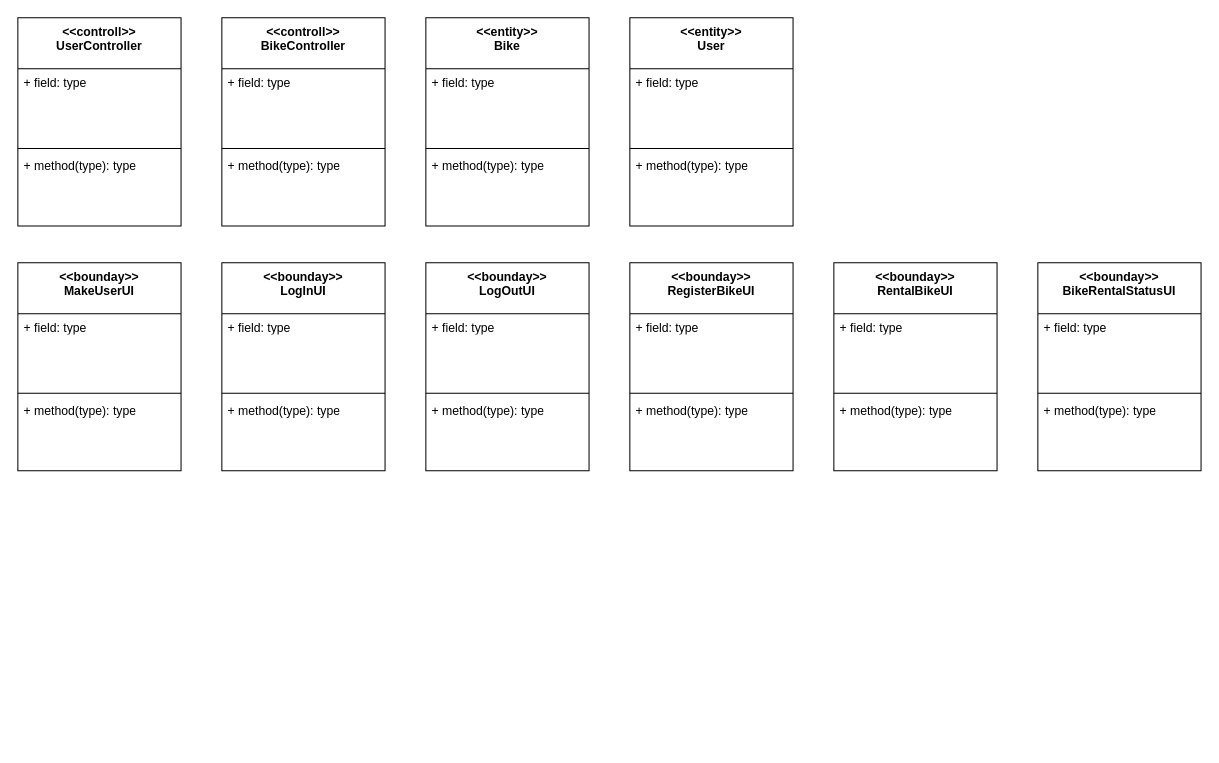
This is Analysis_Class_Diagram.drawio from brian70304/SE_Project2, a draw.io file, before an edit. Source tidied: cells renumbered, new cells numbered last; positions are measured from the earlier drawing's top-left corner, leaving out a move shared by most shapes. Both pictures are drawn from the tidied source at 102%, with x=0, y=0 at pixel (17, 17).
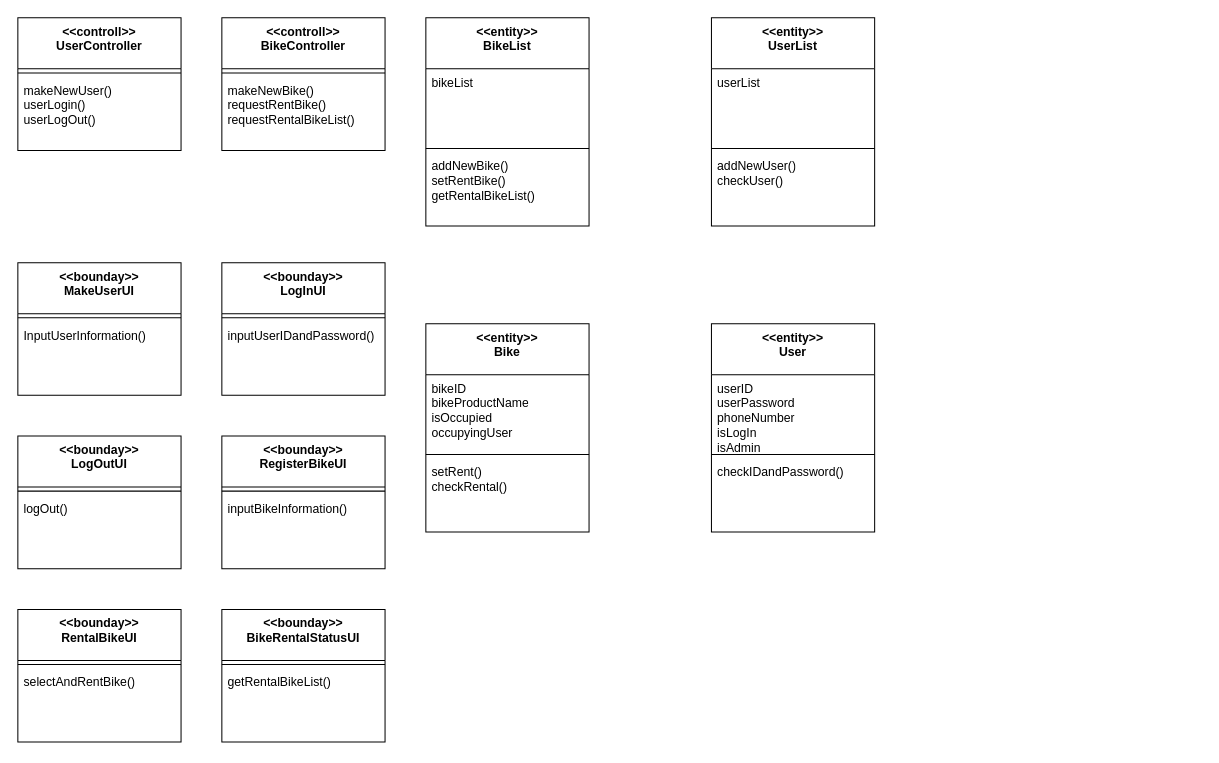
Above is the later version.

The edit, as a diff of the source:
```diff
@@
     <mxCell id="2" value="&amp;lt;&amp;lt;controll&amp;gt;&amp;gt;&lt;div&gt;&lt;div&gt;&lt;div&gt;UserController&lt;/div&gt;&lt;/div&gt;&lt;/div&gt;" style="swimlane;fontStyle=1;align=center;verticalAlign=top;horizontal=1;startSize=50;whiteSpace=wrap;html=1;" parent="1" vertex="1">
-      <mxGeometry width="160" height="204" as="geometry" />
+      <mxGeometry width="160" height="130" as="geometry" />
     </mxCell>
-    <mxCell id="3" value="+ field: type" style="text;strokeColor=none;fillColor=none;align=left;verticalAlign=top;spacingLeft=4;spacingRight=4;overflow=hidden;whiteSpace=wrap;html=1;" parent="2" vertex="1">
-      <mxGeometry y="50" width="160" height="74" as="geometry" />
-    </mxCell>
     <mxCell id="4" style="line;strokeWidth=1;fillColor=none;align=left;verticalAlign=middle;spacingTop=-1;spacingLeft=3;spacingRight=3;labelPosition=right;strokeColor=inherit;" parent="2" vertex="1">
-      <mxGeometry y="124" width="160" height="8" as="geometry" />
+      <mxGeometry y="50" width="160" height="8" as="geometry" />
     </mxCell>
-    <mxCell id="5" value="+ method(type): type" style="text;strokeColor=none;fillColor=none;align=left;verticalAlign=top;spacingLeft=4;spacingRight=4;overflow=hidden;whiteSpace=wrap;html=1;" parent="2" vertex="1">
-      <mxGeometry y="132" width="160" height="72" as="geometry" />
+    <mxCell id="5" value="makeNewUser()&lt;div&gt;userLogin()&lt;/div&gt;&lt;div&gt;userLogOut()&lt;/div&gt;" style="text;strokeColor=none;fillColor=none;align=left;verticalAlign=top;spacingLeft=4;spacingRight=4;overflow=hidden;whiteSpace=wrap;html=1;" parent="2" vertex="1">
+      <mxGeometry y="58" width="160" height="72" as="geometry" />
     </mxCell>
     <mxCell id="6" value="&amp;lt;&amp;lt;controll&amp;gt;&amp;gt;&lt;div&gt;&lt;div&gt;&lt;div&gt;BikeController&lt;/div&gt;&lt;/div&gt;&lt;/div&gt;" style="swimlane;fontStyle=1;align=center;verticalAlign=top;horizontal=1;startSize=50;whiteSpace=wrap;html=1;" parent="1" vertex="1">
-      <mxGeometry x="200" width="160" height="204" as="geometry" />
+      <mxGeometry x="200" width="160" height="130" as="geometry" />
     </mxCell>
-    <mxCell id="7" value="+ field: type" style="text;strokeColor=none;fillColor=none;align=left;verticalAlign=top;spacingLeft=4;spacingRight=4;overflow=hidden;whiteSpace=wrap;html=1;" parent="6" vertex="1">
-      <mxGeometry y="50" width="160" height="74" as="geometry" />
-    </mxCell>
     <mxCell id="8" style="line;strokeWidth=1;fillColor=none;align=left;verticalAlign=middle;spacingTop=-1;spacingLeft=3;spacingRight=3;labelPosition=right;strokeColor=inherit;" parent="6" vertex="1">
-      <mxGeometry y="124" width="160" height="8" as="geometry" />
+      <mxGeometry y="50" width="160" height="8" as="geometry" />
     </mxCell>
-    <mxCell id="9" value="+ method(type): type" style="text;strokeColor=none;fillColor=none;align=left;verticalAlign=top;spacingLeft=4;spacingRight=4;overflow=hidden;whiteSpace=wrap;html=1;" parent="6" vertex="1">
-      <mxGeometry y="132" width="160" height="72" as="geometry" />
+    <mxCell id="9" value="makeNewBike()&lt;div&gt;requestRentBike()&lt;/div&gt;&lt;div&gt;requestRentalBikeList()&lt;/div&gt;" style="text;strokeColor=none;fillColor=none;align=left;verticalAlign=top;spacingLeft=4;spacingRight=4;overflow=hidden;whiteSpace=wrap;html=1;" parent="6" vertex="1">
+      <mxGeometry y="58" width="160" height="72" as="geometry" />
     </mxCell>
     <mxCell id="10" value="&amp;lt;&amp;lt;bounday&amp;gt;&amp;gt;&lt;div&gt;&lt;div&gt;&lt;div&gt;MakeUserUI&lt;/div&gt;&lt;/div&gt;&lt;/div&gt;" style="swimlane;fontStyle=1;align=center;verticalAlign=top;horizontal=1;startSize=50;whiteSpace=wrap;html=1;" parent="1" vertex="1">
-      <mxGeometry y="240" width="160" height="204" as="geometry" />
+      <mxGeometry y="240" width="160" height="130" as="geometry" />
     </mxCell>
-    <mxCell id="11" value="+ field: type" style="text;strokeColor=none;fillColor=none;align=left;verticalAlign=top;spacingLeft=4;spacingRight=4;overflow=hidden;whiteSpace=wrap;html=1;" parent="10" vertex="1">
-      <mxGeometry y="50" width="160" height="74" as="geometry" />
-    </mxCell>
     <mxCell id="12" style="line;strokeWidth=1;fillColor=none;align=left;verticalAlign=middle;spacingTop=-1;spacingLeft=3;spacingRight=3;labelPosition=right;strokeColor=inherit;" parent="10" vertex="1">
-      <mxGeometry y="124" width="160" height="8" as="geometry" />
+      <mxGeometry y="50" width="160" height="8" as="geometry" />
     </mxCell>
-    <mxCell id="13" value="+ method(type): type" style="text;strokeColor=none;fillColor=none;align=left;verticalAlign=top;spacingLeft=4;spacingRight=4;overflow=hidden;whiteSpace=wrap;html=1;" parent="10" vertex="1">
-      <mxGeometry y="132" width="160" height="72" as="geometry" />
+    <mxCell id="13" value="InputUserInformation()" style="text;strokeColor=none;fillColor=none;align=left;verticalAlign=top;spacingLeft=4;spacingRight=4;overflow=hidden;whiteSpace=wrap;html=1;" parent="10" vertex="1">
+      <mxGeometry y="58" width="160" height="72" as="geometry" />
     </mxCell>
     <mxCell id="14" value="&amp;lt;&amp;lt;bounday&amp;gt;&amp;gt;&lt;div&gt;&lt;div&gt;&lt;div&gt;LogInUI&lt;/div&gt;&lt;/div&gt;&lt;/div&gt;" style="swimlane;fontStyle=1;align=center;verticalAlign=top;horizontal=1;startSize=50;whiteSpace=wrap;html=1;" parent="1" vertex="1">
-      <mxGeometry x="200" y="240" width="160" height="204" as="geometry" />
+      <mxGeometry x="200" y="240" width="160" height="130" as="geometry" />
     </mxCell>
-    <mxCell id="15" value="+ field: type" style="text;strokeColor=none;fillColor=none;align=left;verticalAlign=top;spacingLeft=4;spacingRight=4;overflow=hidden;whiteSpace=wrap;html=1;" parent="14" vertex="1">
-      <mxGeometry y="50" width="160" height="74" as="geometry" />
-    </mxCell>
     <mxCell id="16" style="line;strokeWidth=1;fillColor=none;align=left;verticalAlign=middle;spacingTop=-1;spacingLeft=3;spacingRight=3;labelPosition=right;strokeColor=inherit;" parent="14" vertex="1">
-      <mxGeometry y="124" width="160" height="8" as="geometry" />
+      <mxGeometry y="50" width="160" height="8" as="geometry" />
     </mxCell>
-    <mxCell id="17" value="+ method(type): type" style="text;strokeColor=none;fillColor=none;align=left;verticalAlign=top;spacingLeft=4;spacingRight=4;overflow=hidden;whiteSpace=wrap;html=1;" parent="14" vertex="1">
-      <mxGeometry y="132" width="160" height="72" as="geometry" />
+    <mxCell id="17" value="inputUserIDandPassword()" style="text;strokeColor=none;fillColor=none;align=left;verticalAlign=top;spacingLeft=4;spacingRight=4;overflow=hidden;whiteSpace=wrap;html=1;" parent="14" vertex="1">
+      <mxGeometry y="58" width="160" height="72" as="geometry" />
     </mxCell>
     <mxCell id="18" value="&amp;lt;&amp;lt;bounday&amp;gt;&amp;gt;&lt;div&gt;&lt;div&gt;&lt;div&gt;BikeRentalStatusUI&lt;/div&gt;&lt;/div&gt;&lt;/div&gt;" style="swimlane;fontStyle=1;align=center;verticalAlign=top;horizontal=1;startSize=50;whiteSpace=wrap;html=1;" parent="1" vertex="1">
-      <mxGeometry x="1000" y="240" width="160" height="204" as="geometry" />
+      <mxGeometry x="200" y="580" width="160" height="130" as="geometry" />
     </mxCell>
-    <mxCell id="19" value="+ field: type" style="text;strokeColor=none;fillColor=none;align=left;verticalAlign=top;spacingLeft=4;spacingRight=4;overflow=hidden;whiteSpace=wrap;html=1;" parent="18" vertex="1">
-      <mxGeometry y="50" width="160" height="74" as="geometry" />
-    </mxCell>
     <mxCell id="20" style="line;strokeWidth=1;fillColor=none;align=left;verticalAlign=middle;spacingTop=-1;spacingLeft=3;spacingRight=3;labelPosition=right;strokeColor=inherit;" parent="18" vertex="1">
-      <mxGeometry y="124" width="160" height="8" as="geometry" />
+      <mxGeometry y="50" width="160" height="8" as="geometry" />
     </mxCell>
-    <mxCell id="21" value="+ method(type): type" style="text;strokeColor=none;fillColor=none;align=left;verticalAlign=top;spacingLeft=4;spacingRight=4;overflow=hidden;whiteSpace=wrap;html=1;" parent="18" vertex="1">
-      <mxGeometry y="132" width="160" height="72" as="geometry" />
+    <mxCell id="21" value="getRentalBikeList()" style="text;strokeColor=none;fillColor=none;align=left;verticalAlign=top;spacingLeft=4;spacingRight=4;overflow=hidden;whiteSpace=wrap;html=1;" parent="18" vertex="1">
+      <mxGeometry y="58" width="160" height="72" as="geometry" />
     </mxCell>
     <mxCell id="22" value="&amp;lt;&amp;lt;bounday&amp;gt;&amp;gt;&lt;div&gt;LogOutUI&lt;/div&gt;" style="swimlane;fontStyle=1;align=center;verticalAlign=top;horizontal=1;startSize=50;whiteSpace=wrap;html=1;" parent="1" vertex="1">
-      <mxGeometry x="400" y="240" width="160" height="204" as="geometry" />
+      <mxGeometry y="410" width="160" height="130" as="geometry" />
     </mxCell>
-    <mxCell id="23" value="+ field: type" style="text;strokeColor=none;fillColor=none;align=left;verticalAlign=top;spacingLeft=4;spacingRight=4;overflow=hidden;whiteSpace=wrap;html=1;" parent="22" vertex="1">
-      <mxGeometry y="50" width="160" height="74" as="geometry" />
-    </mxCell>
     <mxCell id="24" style="line;strokeWidth=1;fillColor=none;align=left;verticalAlign=middle;spacingTop=-1;spacingLeft=3;spacingRight=3;labelPosition=right;strokeColor=inherit;" parent="22" vertex="1">
-      <mxGeometry y="124" width="160" height="8" as="geometry" />
+      <mxGeometry y="50" width="160" height="8" as="geometry" />
     </mxCell>
-    <mxCell id="25" value="+ method(type): type" style="text;strokeColor=none;fillColor=none;align=left;verticalAlign=top;spacingLeft=4;spacingRight=4;overflow=hidden;whiteSpace=wrap;html=1;" parent="22" vertex="1">
-      <mxGeometry y="132" width="160" height="72" as="geometry" />
+    <mxCell id="25" value="logOut()" style="text;strokeColor=none;fillColor=none;align=left;verticalAlign=top;spacingLeft=4;spacingRight=4;overflow=hidden;whiteSpace=wrap;html=1;" parent="22" vertex="1">
+      <mxGeometry y="58" width="160" height="72" as="geometry" />
     </mxCell>
     <mxCell id="26" value="&amp;lt;&amp;lt;bounday&amp;gt;&amp;gt;&lt;div&gt;&lt;div&gt;&lt;div&gt;RegisterBikeUI&lt;/div&gt;&lt;/div&gt;&lt;/div&gt;" style="swimlane;fontStyle=1;align=center;verticalAlign=top;horizontal=1;startSize=50;whiteSpace=wrap;html=1;" parent="1" vertex="1">
-      <mxGeometry x="600" y="240" width="160" height="204" as="geometry" />
+      <mxGeometry x="200" y="410" width="160" height="130" as="geometry" />
     </mxCell>
-    <mxCell id="27" value="+ field: type" style="text;strokeColor=none;fillColor=none;align=left;verticalAlign=top;spacingLeft=4;spacingRight=4;overflow=hidden;whiteSpace=wrap;html=1;" parent="26" vertex="1">
-      <mxGeometry y="50" width="160" height="74" as="geometry" />
-    </mxCell>
     <mxCell id="28" style="line;strokeWidth=1;fillColor=none;align=left;verticalAlign=middle;spacingTop=-1;spacingLeft=3;spacingRight=3;labelPosition=right;strokeColor=inherit;" parent="26" vertex="1">
-      <mxGeometry y="124" width="160" height="8" as="geometry" />
+      <mxGeometry y="50" width="160" height="8" as="geometry" />
     </mxCell>
-    <mxCell id="29" value="+ method(type): type" style="text;strokeColor=none;fillColor=none;align=left;verticalAlign=top;spacingLeft=4;spacingRight=4;overflow=hidden;whiteSpace=wrap;html=1;" parent="26" vertex="1">
-      <mxGeometry y="132" width="160" height="72" as="geometry" />
+    <mxCell id="29" value="inputBikeInformation()" style="text;strokeColor=none;fillColor=none;align=left;verticalAlign=top;spacingLeft=4;spacingRight=4;overflow=hidden;whiteSpace=wrap;html=1;" parent="26" vertex="1">
+      <mxGeometry y="58" width="160" height="72" as="geometry" />
     </mxCell>
     <mxCell id="30" value="&amp;lt;&amp;lt;bounday&amp;gt;&amp;gt;&lt;div&gt;&lt;div&gt;&lt;div&gt;RentalBikeUI&lt;/div&gt;&lt;/div&gt;&lt;/div&gt;" style="swimlane;fontStyle=1;align=center;verticalAlign=top;horizontal=1;startSize=50;whiteSpace=wrap;html=1;" parent="1" vertex="1">
-      <mxGeometry x="800" y="240" width="160" height="204" as="geometry" />
+      <mxGeometry y="580" width="160" height="130" as="geometry" />
     </mxCell>
-    <mxCell id="31" value="+ field: type" style="text;strokeColor=none;fillColor=none;align=left;verticalAlign=top;spacingLeft=4;spacingRight=4;overflow=hidden;whiteSpace=wrap;html=1;" parent="30" vertex="1">
-      <mxGeometry y="50" width="160" height="74" as="geometry" />
-    </mxCell>
     <mxCell id="32" style="line;strokeWidth=1;fillColor=none;align=left;verticalAlign=middle;spacingTop=-1;spacingLeft=3;spacingRight=3;labelPosition=right;strokeColor=inherit;" parent="30" vertex="1">
-      <mxGeometry y="124" width="160" height="8" as="geometry" />
+      <mxGeometry y="50" width="160" height="8" as="geometry" />
     </mxCell>
-    <mxCell id="33" value="+ method(type): type" style="text;strokeColor=none;fillColor=none;align=left;verticalAlign=top;spacingLeft=4;spacingRight=4;overflow=hidden;whiteSpace=wrap;html=1;" parent="30" vertex="1">
-      <mxGeometry y="132" width="160" height="72" as="geometry" />
+    <mxCell id="33" value="selectAndRentBike()" style="text;strokeColor=none;fillColor=none;align=left;verticalAlign=top;spacingLeft=4;spacingRight=4;overflow=hidden;whiteSpace=wrap;html=1;" parent="30" vertex="1">
+      <mxGeometry y="58" width="160" height="72" as="geometry" />
     </mxCell>
     <mxCell id="34" value="&amp;lt;&amp;lt;entity&amp;gt;&amp;gt;&lt;div&gt;&lt;div&gt;&lt;div&gt;User&lt;/div&gt;&lt;/div&gt;&lt;/div&gt;" style="swimlane;fontStyle=1;align=center;verticalAlign=top;horizontal=1;startSize=50;whiteSpace=wrap;html=1;" parent="1" vertex="1">
-      <mxGeometry x="600" width="160" height="204" as="geometry" />
+      <mxGeometry x="680" y="300" width="160" height="204" as="geometry" />
     </mxCell>
-    <mxCell id="35" value="+ field: type" style="text;strokeColor=none;fillColor=none;align=left;verticalAlign=top;spacingLeft=4;spacingRight=4;overflow=hidden;whiteSpace=wrap;html=1;" parent="34" vertex="1">
+    <mxCell id="35" value="userID&lt;div&gt;userPassword&lt;/div&gt;&lt;div&gt;phoneNumber&lt;/div&gt;&lt;div&gt;isLogIn&lt;/div&gt;&lt;div&gt;isAdmin&lt;/div&gt;" style="text;strokeColor=none;fillColor=none;align=left;verticalAlign=top;spacingLeft=4;spacingRight=4;overflow=hidden;whiteSpace=wrap;html=1;" parent="34" vertex="1">
       <mxGeometry y="50" width="160" height="74" as="geometry" />
     </mxCell>
@@
-    <mxCell id="37" value="+ method(type): type" style="text;strokeColor=none;fillColor=none;align=left;verticalAlign=top;spacingLeft=4;spacingRight=4;overflow=hidden;whiteSpace=wrap;html=1;" parent="34" vertex="1">
+    <mxCell id="37" value="checkIDandPassword()" style="text;strokeColor=none;fillColor=none;align=left;verticalAlign=top;spacingLeft=4;spacingRight=4;overflow=hidden;whiteSpace=wrap;html=1;" parent="34" vertex="1">
       <mxGeometry y="132" width="160" height="72" as="geometry" />
     </mxCell>
     <mxCell id="38" value="&amp;lt;&amp;lt;entity&amp;gt;&amp;gt;&lt;div&gt;&lt;div&gt;&lt;div&gt;Bike&lt;/div&gt;&lt;/div&gt;&lt;/div&gt;" style="swimlane;fontStyle=1;align=center;verticalAlign=top;horizontal=1;startSize=50;whiteSpace=wrap;html=1;" parent="1" vertex="1">
-      <mxGeometry x="400" width="160" height="204" as="geometry" />
+      <mxGeometry x="400" y="300" width="160" height="204" as="geometry" />
     </mxCell>
-    <mxCell id="39" value="+ field: type" style="text;strokeColor=none;fillColor=none;align=left;verticalAlign=top;spacingLeft=4;spacingRight=4;overflow=hidden;whiteSpace=wrap;html=1;" parent="38" vertex="1">
+    <mxCell id="39" value="bikeID&lt;div&gt;bikeProductName&lt;/div&gt;&lt;div&gt;isOccupied&lt;/div&gt;&lt;div&gt;occupyingUser&lt;/div&gt;" style="text;strokeColor=none;fillColor=none;align=left;verticalAlign=top;spacingLeft=4;spacingRight=4;overflow=hidden;whiteSpace=wrap;html=1;" parent="38" vertex="1">
       <mxGeometry y="50" width="160" height="74" as="geometry" />
     </mxCell>
@@
-    <mxCell id="41" value="+ method(type): type" style="text;strokeColor=none;fillColor=none;align=left;verticalAlign=top;spacingLeft=4;spacingRight=4;overflow=hidden;whiteSpace=wrap;html=1;" parent="38" vertex="1">
+    <mxCell id="41" value="setRent()&lt;div&gt;checkRental()&lt;/div&gt;" style="text;strokeColor=none;fillColor=none;align=left;verticalAlign=top;spacingLeft=4;spacingRight=4;overflow=hidden;whiteSpace=wrap;html=1;" parent="38" vertex="1">
       <mxGeometry y="132" width="160" height="72" as="geometry" />
     </mxCell>
+    <mxCell id="42" value="&amp;lt;&amp;lt;entity&amp;gt;&amp;gt;&lt;div&gt;&lt;div&gt;&lt;div&gt;BikeList&lt;/div&gt;&lt;/div&gt;&lt;/div&gt;" style="swimlane;fontStyle=1;align=center;verticalAlign=top;horizontal=1;startSize=50;whiteSpace=wrap;html=1;" parent="1" vertex="1">
+      <mxGeometry x="400" width="160" height="204" as="geometry" />
+    </mxCell>
+    <mxCell id="43" value="bikeList" style="text;strokeColor=none;fillColor=none;align=left;verticalAlign=top;spacingLeft=4;spacingRight=4;overflow=hidden;whiteSpace=wrap;html=1;" parent="42" vertex="1">
+      <mxGeometry y="50" width="160" height="74" as="geometry" />
+    </mxCell>
+    <mxCell id="44" style="line;strokeWidth=1;fillColor=none;align=left;verticalAlign=middle;spacingTop=-1;spacingLeft=3;spacingRight=3;labelPosition=right;strokeColor=inherit;" parent="42" vertex="1">
+      <mxGeometry y="124" width="160" height="8" as="geometry" />
+    </mxCell>
+    <mxCell id="45" value="addNewBike()&lt;div&gt;setRentBike()&lt;/div&gt;&lt;div&gt;getRentalBikeList()&lt;/div&gt;" style="text;strokeColor=none;fillColor=none;align=left;verticalAlign=top;spacingLeft=4;spacingRight=4;overflow=hidden;whiteSpace=wrap;html=1;" parent="42" vertex="1">
+      <mxGeometry y="132" width="160" height="72" as="geometry" />
+    </mxCell>
+    <mxCell id="46" value="&amp;lt;&amp;lt;entity&amp;gt;&amp;gt;&lt;div&gt;&lt;div&gt;&lt;div&gt;UserList&lt;/div&gt;&lt;/div&gt;&lt;/div&gt;" style="swimlane;fontStyle=1;align=center;verticalAlign=top;horizontal=1;startSize=50;whiteSpace=wrap;html=1;" parent="1" vertex="1">
+      <mxGeometry x="680" width="160" height="204" as="geometry" />
+    </mxCell>
+    <mxCell id="47" value="userList" style="text;strokeColor=none;fillColor=none;align=left;verticalAlign=top;spacingLeft=4;spacingRight=4;overflow=hidden;whiteSpace=wrap;html=1;" parent="46" vertex="1">
+      <mxGeometry y="50" width="160" height="74" as="geometry" />
+    </mxCell>
+    <mxCell id="48" style="line;strokeWidth=1;fillColor=none;align=left;verticalAlign=middle;spacingTop=-1;spacingLeft=3;spacingRight=3;labelPosition=right;strokeColor=inherit;" parent="46" vertex="1">
+      <mxGeometry y="124" width="160" height="8" as="geometry" />
+    </mxCell>
+    <mxCell id="49" value="&lt;div&gt;addNewUser()&lt;/div&gt;checkUser()" style="text;strokeColor=none;fillColor=none;align=left;verticalAlign=top;spacingLeft=4;spacingRight=4;overflow=hidden;whiteSpace=wrap;html=1;" parent="46" vertex="1">
+      <mxGeometry y="132" width="160" height="72" as="geometry" />
+    </mxCell>
```
